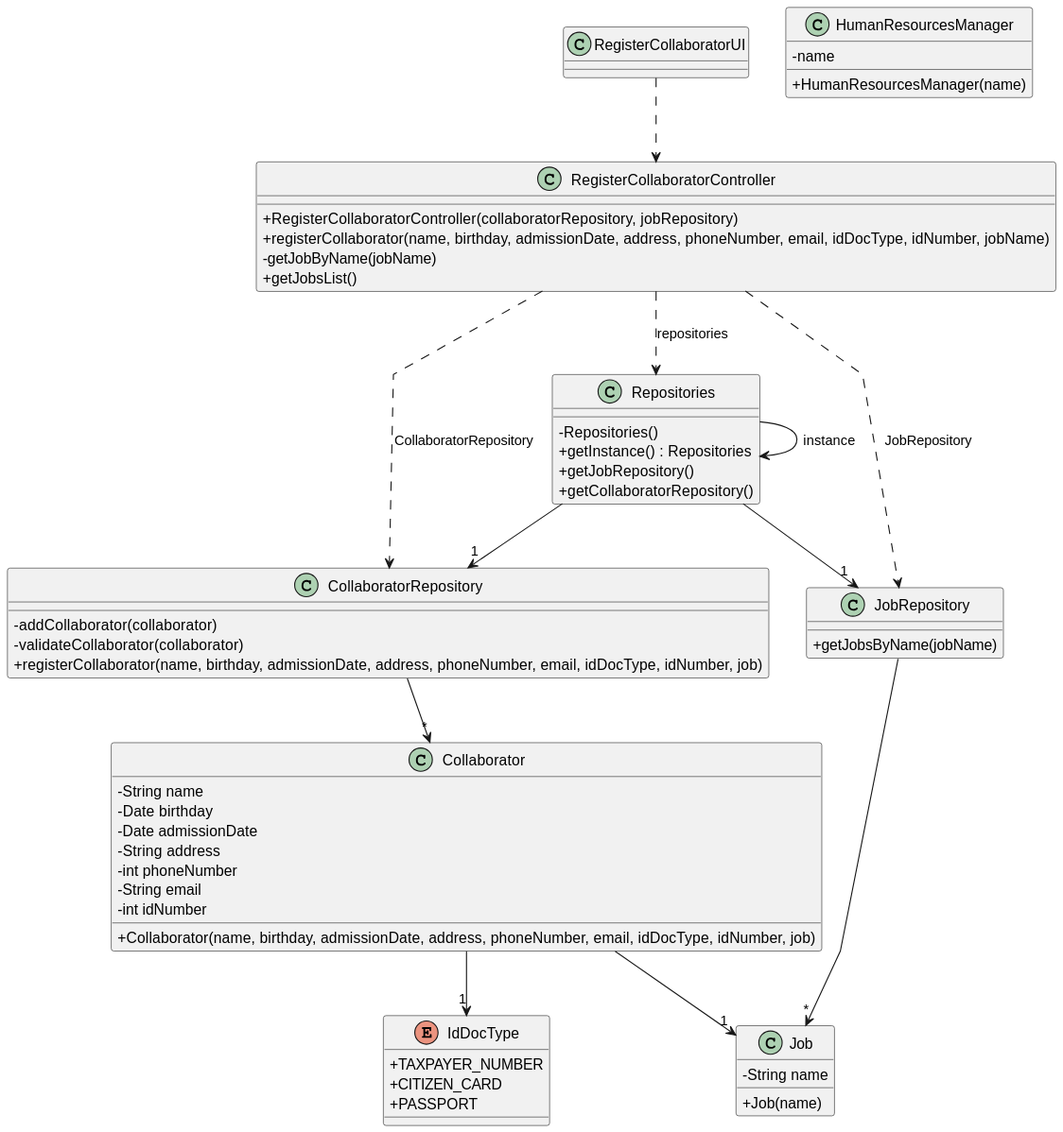
This is docs/sprintA&B/us003/03.design/svg/us003-class-diagram.svg from daniel41silva05/ISEP_2023_2024_LAPR2, a PlantUML export, as it was before one commit.
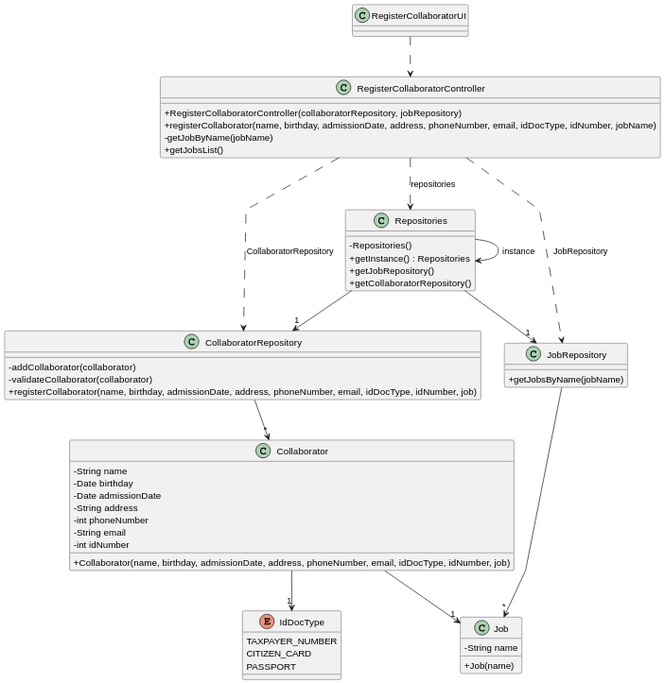
Above is the later version.

Commit message:
ED-17: class correction diagram and java doc

Diff of the diagram source:
```diff
@@ -42,11 +42,6 @@
     +Job(name)
 }
 
-class HumanResourcesManager {
-    - name
-    +HumanResourcesManager(name)
-}
-
 class Repositories {
     - Repositories()
     + getInstance() : Repositories
@@ -55,9 +50,9 @@
 }
 
 enum IdDocType {
-    + TAXPAYER_NUMBER
-    + CITIZEN_CARD
-    + PASSPORT
+    TAXPAYER_NUMBER
+    CITIZEN_CARD
+    PASSPORT
 }
 
 RegisterCollaboratorUI ..> RegisterCollaboratorController
```
